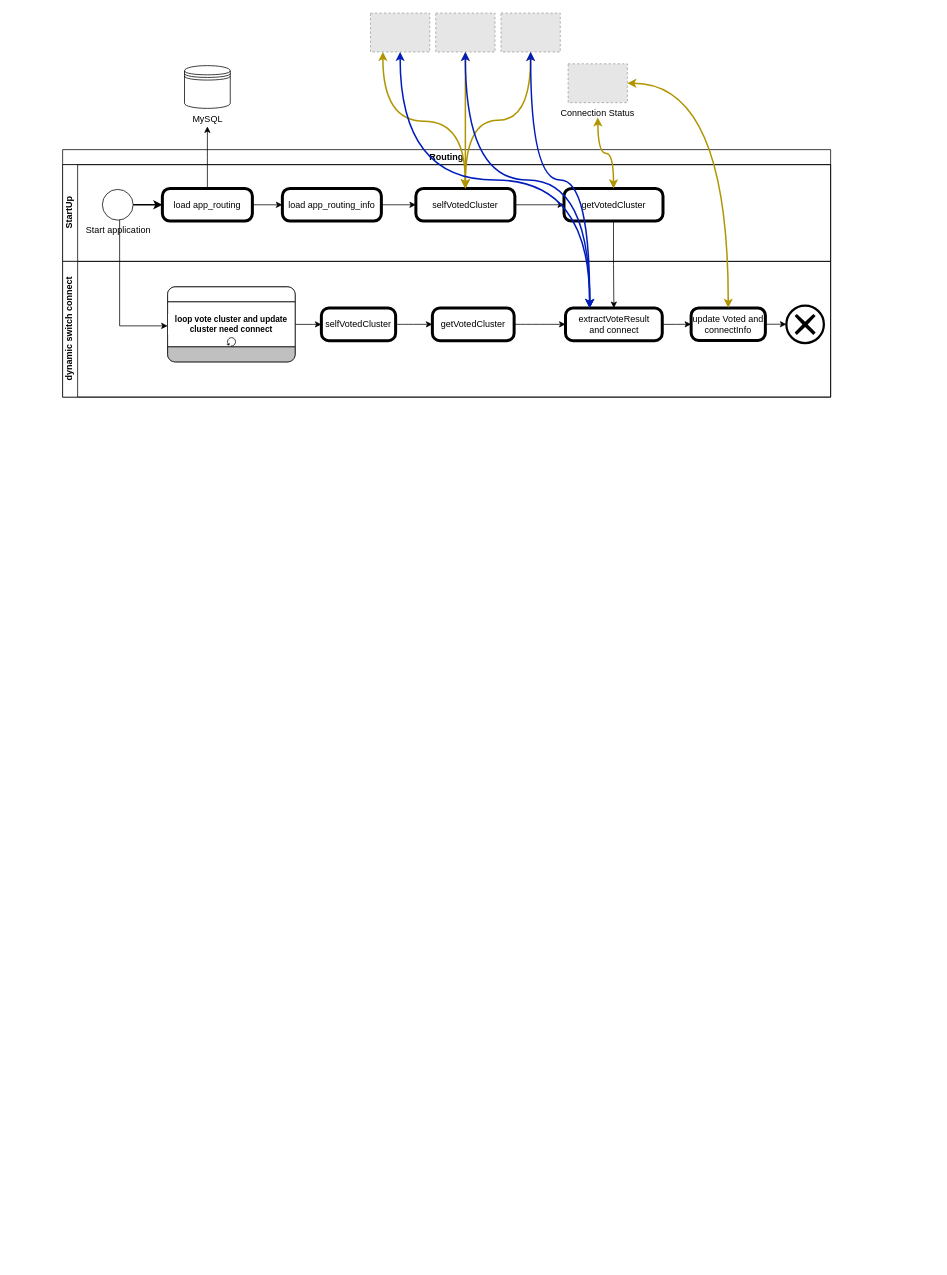
The draw.io diagram page "Page-3" (3 of 3) of vOCS3.0.drawio in duongbkak55/work, before the edit. Source tidied: cells renumbered, new cells numbered last; positions are measured from the earlier drawing's top-left corner, leaving out a move shared by most shapes. Both pictures are drawn from the tidied source at 75%, with x=0, y=0 at pixel (62, 13). Pictures stored in the file or linked from it are replaced by grey dashed boxes.
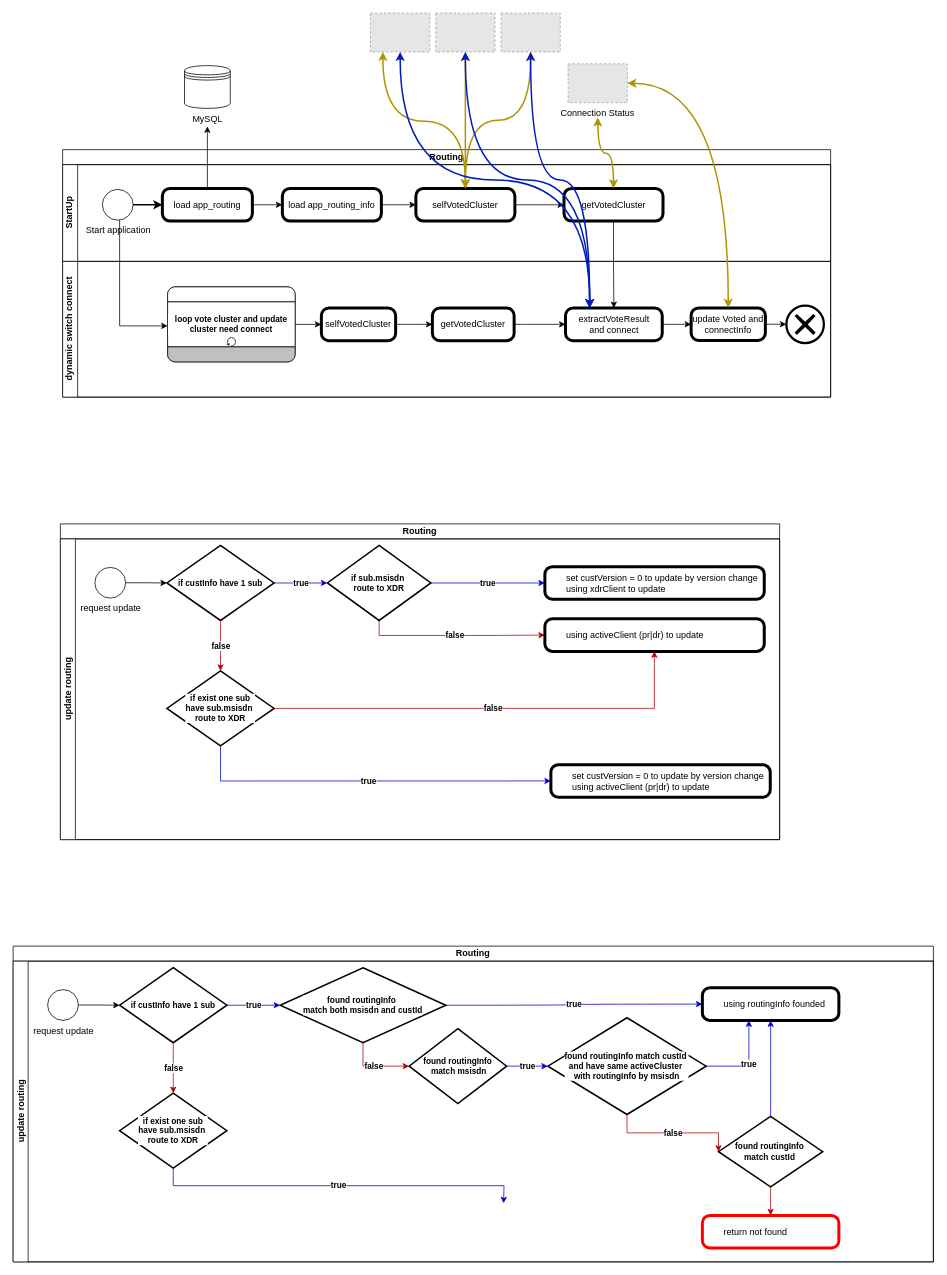
The same diagram, later.

What changed in the source:
```diff
@@
+    <mxCell id="44" value="Routing" style="swimlane;html=1;horizontal=1;startSize=20;whiteSpace=wrap;" parent="1" vertex="1">
+      <mxGeometry x="-3" y="681" width="959" height="421" as="geometry" />
+    </mxCell>
+    <mxCell id="45" value="update routing" style="swimlane;html=1;startSize=20;horizontal=0;" parent="44" vertex="1">
+      <mxGeometry y="20" width="959" height="401" as="geometry" />
+    </mxCell>
+    <mxCell id="46" style="edgeStyle=orthogonalEdgeStyle;rounded=0;jettySize=auto;html=1;strokeWidth=1;" parent="45" edge="1" source="47" target="50">
+      <mxGeometry relative="1" as="geometry" />
+    </mxCell>
+    <mxCell id="47" value="request update" style="points=[[0.145,0.145,0],[0.5,0,0],[0.855,0.145,0],[1,0.5,0],[0.855,0.855,0],[0.5,1,0],[0.145,0.855,0],[0,0.5,0]];shape=mxgraph.bpmn.event;html=1;verticalLabelPosition=bottom;labelBackgroundColor=#ffffff;verticalAlign=top;align=center;perimeter=ellipsePerimeter;outlineConnect=0;outline=standard;symbol=general;" parent="45" vertex="1">
+      <mxGeometry x="46" y="38" width="41" height="41" as="geometry" />
+    </mxCell>
+    <mxCell id="48" value="&lt;span style=&quot;white-space: pre;&quot;&gt;&#9;&lt;/span&gt;set custVersion = 0 to update by version change&lt;div&gt;&lt;span style=&quot;white-space: pre;&quot;&gt;&#9;&lt;/span&gt;using xdrClient to update&lt;/div&gt;" style="points=[[0.25,0,0],[0.5,0,0],[0.75,0,0],[1,0.25,0],[1,0.5,0],[1,0.75,0],[0.75,1,0],[0.5,1,0],[0.25,1,0],[0,0.75,0],[0,0.5,0],[0,0.25,0]];shape=mxgraph.bpmn.task;whiteSpace=wrap;rectStyle=rounded;size=10;html=1;bpmnShapeType=call;align=left;" parent="45" vertex="1">
+      <mxGeometry x="646" y="37" width="292.5" height="43.5" as="geometry" />
+    </mxCell>
+    <mxCell id="49" value="true" style="edgeStyle=orthogonalEdgeStyle;curved=1;rounded=0;jettySize=auto;html=1;strokeColor=#0000CC;strokeWidth=1;align=center;verticalAlign=middle;fontFamily=Helvetica;fontSize=11;fontColor=default;fontStyle=1;labelBackgroundColor=default;startArrow=none;startFill=0;endArrow=classic;flowAnimation=0;fillColor=#e3c800;" parent="45" edge="1" source="50" target="53">
+      <mxGeometry relative="1" as="geometry" />
+    </mxCell>
+    <mxCell id="50" value="if custInfo have 1 sub" style="strokeWidth=2;html=1;shape=mxgraph.flowchart.decision;whiteSpace=wrap;fontFamily=Helvetica;fontSize=11;fontColor=default;fontStyle=1;labelBackgroundColor=default;" parent="45" vertex="1">
+      <mxGeometry x="142" y="8.8" width="143" height="100" as="geometry" />
+    </mxCell>
+    <mxCell id="51" value="true" style="edgeStyle=orthogonalEdgeStyle;curved=1;rounded=0;jettySize=auto;html=1;strokeColor=#0000CC;strokeWidth=1;align=center;verticalAlign=middle;fontFamily=Helvetica;fontSize=11;fontColor=default;fontStyle=1;labelBackgroundColor=default;startArrow=none;startFill=0;endArrow=classic;flowAnimation=0;fillColor=#e3c800;" parent="45" edge="1" source="53" target="48">
+      <mxGeometry relative="1" as="geometry" />
+    </mxCell>
+    <mxCell id="52" value="false" style="edgeStyle=orthogonalEdgeStyle;rounded=0;jettySize=auto;html=1;strokeColor=#B20000;strokeWidth=1;align=center;verticalAlign=middle;fontFamily=Helvetica;fontSize=11;fontColor=default;fontStyle=1;labelBackgroundColor=default;startArrow=none;startFill=0;endArrow=classic;flowAnimation=0;fillColor=#e51400;exitX=0.5;exitY=1;exitDx=0;exitDy=0;exitPerimeter=0;" parent="45" edge="1" source="53" target="54">
+      <mxGeometry relative="1" as="geometry" />
+    </mxCell>
+    <mxCell id="53" value="if sub.msisdn&amp;nbsp;&lt;div&gt;route to XDR&lt;/div&gt;" style="strokeWidth=2;html=1;shape=mxgraph.flowchart.decision;whiteSpace=wrap;fontFamily=Helvetica;fontSize=11;fontColor=default;fontStyle=1;labelBackgroundColor=default;" parent="45" vertex="1">
+      <mxGeometry x="356" y="8.8" width="138" height="100" as="geometry" />
+    </mxCell>
+    <mxCell id="54" value="&lt;div&gt;&lt;span style=&quot;white-space: pre;&quot;&gt;&#9;&lt;/span&gt;using activeClient (pr|dr) to update&lt;/div&gt;" style="points=[[0.25,0,0],[0.5,0,0],[0.75,0,0],[1,0.25,0],[1,0.5,0],[1,0.75,0],[0.75,1,0],[0.5,1,0],[0.25,1,0],[0,0.75,0],[0,0.5,0],[0,0.25,0]];shape=mxgraph.bpmn.task;whiteSpace=wrap;rectStyle=rounded;size=10;html=1;bpmnShapeType=call;align=left;" parent="45" vertex="1">
+      <mxGeometry x="646" y="106.5" width="292.5" height="43.5" as="geometry" />
+    </mxCell>
+    <mxCell id="55" value="true" style="edgeStyle=orthogonalEdgeStyle;rounded=0;jettySize=auto;html=1;strokeColor=#0000CC;strokeWidth=1;align=center;verticalAlign=middle;fontFamily=Helvetica;fontSize=11;fontColor=default;fontStyle=1;labelBackgroundColor=default;startArrow=none;startFill=0;endArrow=classic;flowAnimation=0;fillColor=#e3c800;exitX=0.5;exitY=1;exitDx=0;exitDy=0;exitPerimeter=0;entryX=0;entryY=0.5;entryDx=0;entryDy=0;entryPerimeter=0;" parent="45" edge="1" source="56" target="58">
+      <mxGeometry relative="1" as="geometry" />
+    </mxCell>
+    <mxCell id="56" value="if exist one sub&lt;div&gt;have sub.msisdn&amp;nbsp;&lt;div&gt;route to XDR&lt;/div&gt;&lt;/div&gt;" style="strokeWidth=2;html=1;shape=mxgraph.flowchart.decision;whiteSpace=wrap;fontFamily=Helvetica;fontSize=11;fontColor=default;fontStyle=1;labelBackgroundColor=default;" parent="45" vertex="1">
+      <mxGeometry x="142" y="176" width="143" height="100" as="geometry" />
+    </mxCell>
+    <mxCell id="57" value="false" style="edgeStyle=orthogonalEdgeStyle;curved=1;rounded=0;jettySize=auto;html=1;strokeColor=#B20000;strokeWidth=1;align=center;verticalAlign=middle;fontFamily=Helvetica;fontSize=11;fontColor=default;fontStyle=1;labelBackgroundColor=default;startArrow=none;startFill=0;endArrow=classic;flowAnimation=0;fillColor=#e51400;" parent="45" edge="1" source="50" target="56">
+      <mxGeometry relative="1" as="geometry" />
+    </mxCell>
+    <mxCell id="58" value="&lt;span style=&quot;white-space: pre;&quot;&gt;&#9;&lt;/span&gt;set custVersion = 0 to update by version change&lt;div&gt;&lt;span style=&quot;white-space: pre;&quot;&gt;&#9;&lt;/span&gt;using activeClient (pr|dr) to update&lt;br&gt;&lt;/div&gt;" style="points=[[0.25,0,0],[0.5,0,0],[0.75,0,0],[1,0.25,0],[1,0.5,0],[1,0.75,0],[0.75,1,0],[0.5,1,0],[0.25,1,0],[0,0.75,0],[0,0.5,0],[0,0.25,0]];shape=mxgraph.bpmn.task;whiteSpace=wrap;rectStyle=rounded;size=10;html=1;bpmnShapeType=call;align=left;" parent="45" vertex="1">
+      <mxGeometry x="654" y="301" width="292.5" height="43.5" as="geometry" />
+    </mxCell>
+    <mxCell id="59" value="false" style="edgeStyle=orthogonalEdgeStyle;rounded=0;jettySize=auto;html=1;strokeColor=#B20000;strokeWidth=1;align=center;verticalAlign=middle;fontFamily=Helvetica;fontSize=11;fontColor=default;fontStyle=1;labelBackgroundColor=default;startArrow=none;startFill=0;endArrow=classic;flowAnimation=0;fillColor=#e51400;" parent="45" edge="1" source="56" target="54">
+      <mxGeometry relative="1" as="geometry">
+        <Array as="points">
+          <mxPoint x="792" y="226" />
+        </Array>
+      </mxGeometry>
+    </mxCell>
+    <mxCell id="60" value="Routing" style="swimlane;html=1;horizontal=1;startSize=20;whiteSpace=wrap;" parent="1" vertex="1">
+      <mxGeometry x="-66" y="1244" width="1227" height="421" as="geometry" />
+    </mxCell>
+    <mxCell id="61" value="update routing" style="swimlane;html=1;startSize=20;horizontal=0;" parent="60" vertex="1">
+      <mxGeometry y="20" width="1227" height="401" as="geometry" />
+    </mxCell>
+    <mxCell id="62" style="edgeStyle=orthogonalEdgeStyle;rounded=0;jettySize=auto;html=1;strokeWidth=1;" parent="61" edge="1" source="63" target="66">
+      <mxGeometry relative="1" as="geometry" />
+    </mxCell>
+    <mxCell id="63" value="request update" style="points=[[0.145,0.145,0],[0.5,0,0],[0.855,0.145,0],[1,0.5,0],[0.855,0.855,0],[0.5,1,0],[0.145,0.855,0],[0,0.5,0]];shape=mxgraph.bpmn.event;html=1;verticalLabelPosition=bottom;labelBackgroundColor=#ffffff;verticalAlign=top;align=center;perimeter=ellipsePerimeter;outlineConnect=0;outline=standard;symbol=general;" parent="61" vertex="1">
+      <mxGeometry x="46" y="38" width="41" height="41" as="geometry" />
+    </mxCell>
+    <mxCell id="64" value="&lt;span style=&quot;white-space: pre;&quot;&gt;&#9;&lt;/span&gt;using routingInfo founded" style="points=[[0.25,0,0],[0.5,0,0],[0.75,0,0],[1,0.25,0],[1,0.5,0],[1,0.75,0],[0.75,1,0],[0.5,1,0],[0.25,1,0],[0,0.75,0],[0,0.5,0],[0,0.25,0]];shape=mxgraph.bpmn.task;whiteSpace=wrap;rectStyle=rounded;size=10;html=1;bpmnShapeType=call;align=left;" parent="61" vertex="1">
+      <mxGeometry x="919" y="35.5" width="182" height="43.5" as="geometry" />
+    </mxCell>
+    <mxCell id="65" value="true" style="edgeStyle=orthogonalEdgeStyle;curved=1;rounded=0;jettySize=auto;html=1;strokeColor=#0000CC;strokeWidth=1;align=center;verticalAlign=middle;fontFamily=Helvetica;fontSize=11;fontColor=default;fontStyle=1;labelBackgroundColor=default;startArrow=none;startFill=0;endArrow=classic;flowAnimation=0;fillColor=#e3c800;" parent="61" edge="1" source="66" target="69">
+      <mxGeometry relative="1" as="geometry" />
+    </mxCell>
+    <mxCell id="66" value="if custInfo have 1 sub" style="strokeWidth=2;html=1;shape=mxgraph.flowchart.decision;whiteSpace=wrap;fontFamily=Helvetica;fontSize=11;fontColor=default;fontStyle=1;labelBackgroundColor=default;" parent="61" vertex="1">
+      <mxGeometry x="142" y="8.8" width="143" height="100" as="geometry" />
+    </mxCell>
+    <mxCell id="67" value="true" style="edgeStyle=orthogonalEdgeStyle;curved=1;rounded=0;jettySize=auto;html=1;strokeColor=#0000CC;strokeWidth=1;align=center;verticalAlign=middle;fontFamily=Helvetica;fontSize=11;fontColor=default;fontStyle=1;labelBackgroundColor=default;startArrow=none;startFill=0;endArrow=classic;flowAnimation=0;fillColor=#e3c800;" parent="61" edge="1" source="69" target="64">
+      <mxGeometry relative="1" as="geometry" />
+    </mxCell>
+    <mxCell id="68" value="false" style="edgeStyle=orthogonalEdgeStyle;rounded=0;jettySize=auto;html=1;strokeColor=#B20000;strokeWidth=1;align=center;verticalAlign=middle;fontFamily=Helvetica;fontSize=11;fontColor=default;fontStyle=1;labelBackgroundColor=default;startArrow=none;startFill=0;endArrow=classic;flowAnimation=0;fillColor=#e51400;exitX=0.5;exitY=1;exitDx=0;exitDy=0;exitPerimeter=0;entryX=0;entryY=0.5;entryDx=0;entryDy=0;entryPerimeter=0;" parent="61" edge="1" source="69" target="74">
+      <mxGeometry relative="1" as="geometry" />
+    </mxCell>
+    <mxCell id="69" value="found routingInfo&amp;nbsp;&lt;div&gt;&lt;div&gt;match both msisdn and custId&lt;/div&gt;&lt;/div&gt;" style="strokeWidth=2;html=1;shape=mxgraph.flowchart.decision;whiteSpace=wrap;fontFamily=Helvetica;fontSize=11;fontColor=default;fontStyle=1;labelBackgroundColor=default;" parent="61" vertex="1">
+      <mxGeometry x="356" y="8.8" width="221" height="100" as="geometry" />
+    </mxCell>
+    <mxCell id="70" value="true" style="edgeStyle=orthogonalEdgeStyle;rounded=0;jettySize=auto;html=1;strokeColor=#0000CC;strokeWidth=1;align=center;verticalAlign=middle;fontFamily=Helvetica;fontSize=11;fontColor=default;fontStyle=1;labelBackgroundColor=default;startArrow=none;startFill=0;endArrow=classic;flowAnimation=0;fillColor=#e3c800;exitX=0.5;exitY=1;exitDx=0;exitDy=0;exitPerimeter=0;entryX=0;entryY=0.5;entryDx=0;entryDy=0;entryPerimeter=0;" parent="61" edge="1" source="71">
+      <mxGeometry relative="1" as="geometry">
+        <mxPoint x="654" y="322.8" as="targetPoint" />
+      </mxGeometry>
+    </mxCell>
+    <mxCell id="71" value="if exist one sub&lt;div&gt;have sub.msisdn&amp;nbsp;&lt;div&gt;route to XDR&lt;/div&gt;&lt;/div&gt;" style="strokeWidth=2;html=1;shape=mxgraph.flowchart.decision;whiteSpace=wrap;fontFamily=Helvetica;fontSize=11;fontColor=default;fontStyle=1;labelBackgroundColor=default;" parent="61" vertex="1">
+      <mxGeometry x="142" y="176" width="143" height="100" as="geometry" />
+    </mxCell>
+    <mxCell id="72" value="false" style="edgeStyle=orthogonalEdgeStyle;curved=1;rounded=0;jettySize=auto;html=1;strokeColor=#B20000;strokeWidth=1;align=center;verticalAlign=middle;fontFamily=Helvetica;fontSize=11;fontColor=default;fontStyle=1;labelBackgroundColor=default;startArrow=none;startFill=0;endArrow=classic;flowAnimation=0;fillColor=#e51400;" parent="61" edge="1" source="66" target="71">
+      <mxGeometry relative="1" as="geometry" />
+    </mxCell>
+    <mxCell id="73" value="true" style="edgeStyle=orthogonalEdgeStyle;curved=1;rounded=0;jettySize=auto;html=1;strokeColor=#0000CC;strokeWidth=1;align=center;verticalAlign=middle;fontFamily=Helvetica;fontSize=11;fontColor=default;fontStyle=1;labelBackgroundColor=default;startArrow=none;startFill=0;endArrow=classic;flowAnimation=0;fillColor=#e3c800;" parent="61" edge="1" source="74" target="76">
+      <mxGeometry relative="1" as="geometry" />
+    </mxCell>
+    <mxCell id="74" value="found routingInfo&lt;br&gt;&amp;nbsp;match msisdn" style="strokeWidth=2;html=1;shape=mxgraph.flowchart.decision;whiteSpace=wrap;fontFamily=Helvetica;fontSize=11;fontColor=default;fontStyle=1;labelBackgroundColor=default;" parent="61" vertex="1">
+      <mxGeometry x="528" y="90" width="130" height="100" as="geometry" />
+    </mxCell>
+    <mxCell id="75" value="true" style="edgeStyle=elbowEdgeStyle;rounded=0;jettySize=auto;html=1;strokeColor=#0000CC;strokeWidth=1;align=center;verticalAlign=middle;fontFamily=Helvetica;fontSize=11;fontColor=default;fontStyle=1;labelBackgroundColor=default;startArrow=none;startFill=0;endArrow=classic;flowAnimation=0;fillColor=#e3c800;elbow=vertical;" parent="61" edge="1" source="76" target="64">
+      <mxGeometry relative="1" as="geometry">
+        <Array as="points">
+          <mxPoint x="981" y="140" />
+        </Array>
+      </mxGeometry>
+    </mxCell>
+    <mxCell id="76" value="found routingInfo match custId&amp;nbsp;&lt;div&gt;and have same activeCluster&amp;nbsp;&lt;/div&gt;&lt;div&gt;with routingInfo by msisdn&lt;/div&gt;" style="strokeWidth=2;html=1;shape=mxgraph.flowchart.decision;whiteSpace=wrap;fontFamily=Helvetica;fontSize=11;fontColor=default;fontStyle=1;labelBackgroundColor=default;" parent="61" vertex="1">
+      <mxGeometry x="713" y="75.5" width="211" height="129" as="geometry" />
+    </mxCell>
+    <mxCell id="77" style="edgeStyle=elbowEdgeStyle;rounded=0;jettySize=auto;elbow=vertical;html=1;strokeColor=#0000CC;strokeWidth=1;align=center;verticalAlign=middle;fontFamily=Helvetica;fontSize=11;fontColor=default;fontStyle=1;labelBackgroundColor=default;startArrow=none;startFill=0;endArrow=classic;flowAnimation=0;fillColor=#e3c800;" parent="61" edge="1" source="79" target="64">
+      <mxGeometry relative="1" as="geometry" />
+    </mxCell>
+    <mxCell id="78" style="edgeStyle=elbowEdgeStyle;rounded=0;jettySize=auto;elbow=vertical;html=1;strokeColor=#B20000;strokeWidth=1;align=center;verticalAlign=middle;fontFamily=Helvetica;fontSize=11;fontColor=default;fontStyle=1;labelBackgroundColor=default;startArrow=none;startFill=0;endArrow=classic;flowAnimation=0;fillColor=#e51400;" parent="61" edge="1" source="79" target="80">
+      <mxGeometry relative="1" as="geometry" />
+    </mxCell>
+    <mxCell id="79" value="found routingInfo&amp;nbsp;&lt;div&gt;match custId&amp;nbsp;&lt;/div&gt;" style="strokeWidth=2;html=1;shape=mxgraph.flowchart.decision;whiteSpace=wrap;fontFamily=Helvetica;fontSize=11;fontColor=default;fontStyle=1;labelBackgroundColor=default;" parent="61" vertex="1">
+      <mxGeometry x="940.5" y="207" width="139" height="94" as="geometry" />
+    </mxCell>
+    <mxCell id="80" value="&lt;span style=&quot;white-space: pre;&quot;&gt;&#9;&lt;/span&gt;return not found" style="points=[[0.25,0,0],[0.5,0,0],[0.75,0,0],[1,0.25,0],[1,0.5,0],[1,0.75,0],[0.75,1,0],[0.5,1,0],[0.25,1,0],[0,0.75,0],[0,0.5,0],[0,0.25,0]];shape=mxgraph.bpmn.task;whiteSpace=wrap;rectStyle=rounded;size=10;html=1;bpmnShapeType=call;align=left;strokeColor=#FF0000;" parent="61" vertex="1">
+      <mxGeometry x="919" y="339" width="182" height="43.5" as="geometry" />
+    </mxCell>
+    <mxCell id="81" value="false" style="edgeStyle=elbowEdgeStyle;rounded=0;jettySize=auto;elbow=vertical;html=1;entryX=0;entryY=0.5;entryDx=0;entryDy=0;entryPerimeter=0;strokeColor=#B20000;strokeWidth=1;align=center;verticalAlign=middle;fontFamily=Helvetica;fontSize=11;fontColor=default;fontStyle=1;labelBackgroundColor=default;startArrow=none;startFill=0;endArrow=classic;flowAnimation=0;fillColor=#e51400;" parent="61" edge="1" source="76" target="79">
+      <mxGeometry relative="1" as="geometry" />
+    </mxCell>
```
